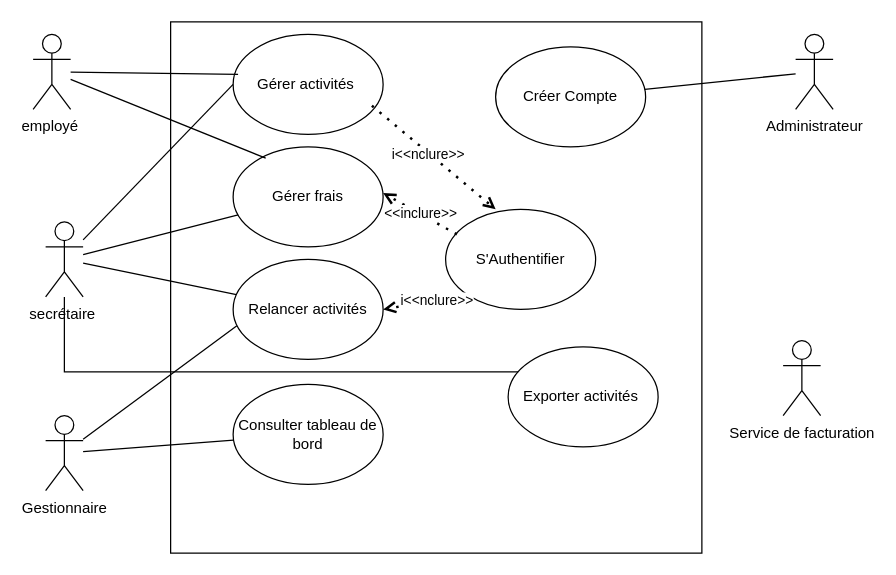
The draw.io diagram Tp1 Analyse et modélisation.drawio in zeuss32/analyse-et-modelisation-lab1, before the edit. Source tidied: cells renumbered, new cells numbered last; positions are measured from the earlier drawing's top-left corner, leaving out a move shared by most shapes. Both pictures are drawn from the tidied source at 125%, with x=0, y=0 at pixel (32, 21).
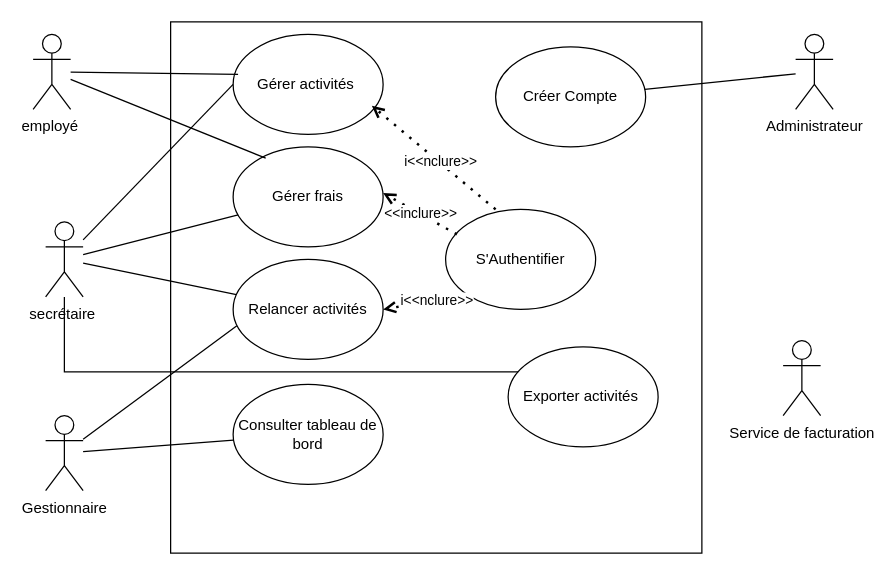
The same page after the edit.

Commit message (it also covers changes not shown here):
Mettre à jour Tp1 Analyse et modélisation.drawio

The change refers to these unchanged cells:
```xml
<mxCell id="8" value="Gérer activités&amp;nbsp;" style="ellipse;whiteSpace=wrap;html=1;" parent="1" vertex="1">
  <mxGeometry x="160" y="10" width="120" height="80" as="geometry" />
</mxCell>
```

What changed in the source:
```diff
@@
-    <mxCell id="24" style="endArrow=open;dashed=1;html=1;dashPattern=1 3;strokeWidth=2;rounded=0;exitX=0.925;exitY=0.713;exitDx=0;exitDy=0;exitPerimeter=0;endFill=0;" parent="1" edge="1" source="8">
+    <mxCell id="24" style="endArrow=open;dashed=1;html=1;dashPattern=1 3;strokeWidth=2;rounded=0;exitX=0.925;exitY=0.713;exitDx=0;exitDy=0;exitPerimeter=0;endFill=0;entryX=0.925;entryY=0.713;entryDx=0;entryDy=0;entryPerimeter=0;" parent="1" edge="1" target="8">
       <mxGeometry relative="1" as="geometry">
-        <mxPoint x="370" y="150" as="targetPoint" />
+        <mxPoint x="370" y="150" as="sourcePoint" />
       </mxGeometry>
     </mxCell>
```
